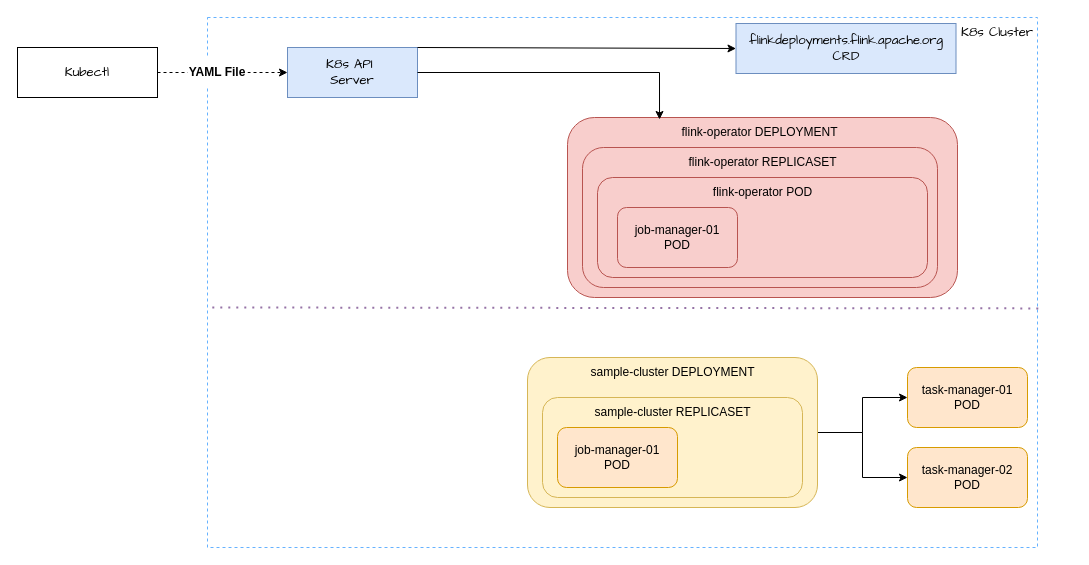
Above: page "YAML 提交" (1 of 3) of Drawio/Flink Kubernetes Operator.drawio in xinzhuxiansheng/blog-notes (draw.io), before the change. Source tidied: cells renumbered, new cells numbered last; positions are measured from the earlier drawing's top-left corner, leaving out a move shared by most shapes. Both pictures are drawn from the tidied source at 100%, with x=0, y=0 at pixel (17, 17).
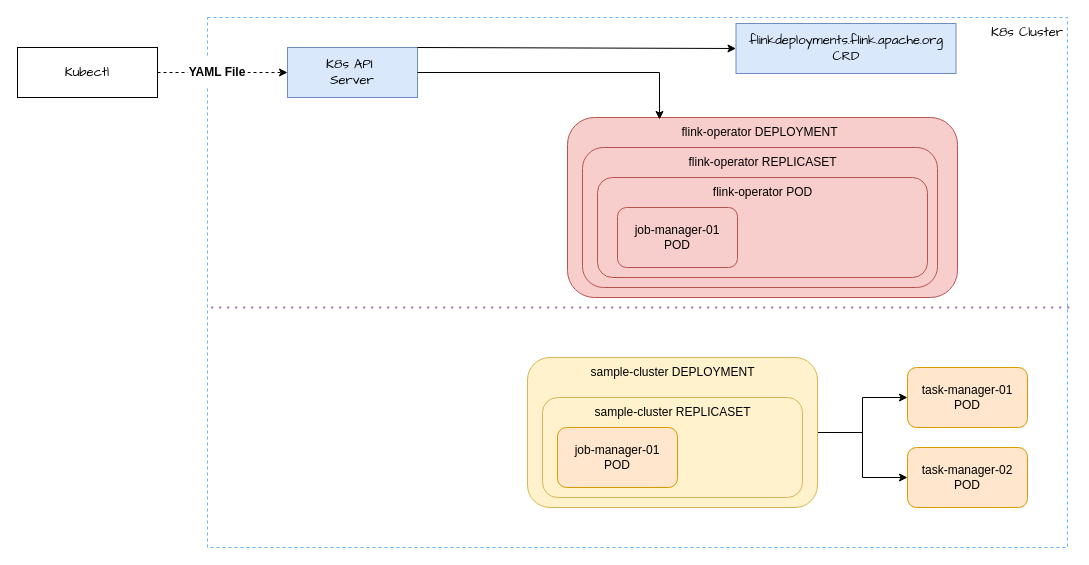
After the change.

Diff of the diagram source:
```diff
@@
     <mxCell id="2" style="rounded=0;whiteSpace=wrap;html=1;gradientColor=none;fillColor=none;dashed=1;strokeColor=#66B2FF;fontFamily=Comic Sans MS;fontSize=13;" parent="1" vertex="1">
-      <mxGeometry x="190" width="830" height="530" as="geometry" />
+      <mxGeometry x="190" width="860" height="530" as="geometry" />
     </mxCell>
@@
     <mxCell id="7" value="K8s Cluster" style="text;html=1;align=center;verticalAlign=middle;whiteSpace=wrap;rounded=0;fontFamily=Comic Sans MS;fontSize=13;" parent="1" vertex="1">
-      <mxGeometry x="940" width="80" height="30" as="geometry" />
+      <mxGeometry x="970" width="80" height="30" as="geometry" />
     </mxCell>
@@
-    <mxCell id="9" style="endArrow=none;dashed=1;html=1;dashPattern=1 3;strokeWidth=2;rounded=0;exitX=1.001;exitY=0.415;exitDx=0;exitDy=0;entryX=0;entryY=0.25;entryDx=0;entryDy=0;fillColor=#e1d5e7;strokeColor=#9673a6;exitPerimeter=0;" parent="1" edge="1">
+    <mxCell id="9" style="endArrow=none;dashed=1;html=1;dashPattern=1 3;strokeWidth=2;rounded=0;exitX=1.002;exitY=0.547;exitDx=0;exitDy=0;entryX=0;entryY=0.25;entryDx=0;entryDy=0;fillColor=#e1d5e7;strokeColor=#9673a6;exitPerimeter=0;" parent="1" edge="1" source="2">
       <mxGeometry relative="1" as="geometry">
-        <mxPoint x="1020.8" y="290.9" as="sourcePoint" />
         <mxPoint x="190" y="290" as="targetPoint" />
       </mxGeometry>
     </mxCell>
```
